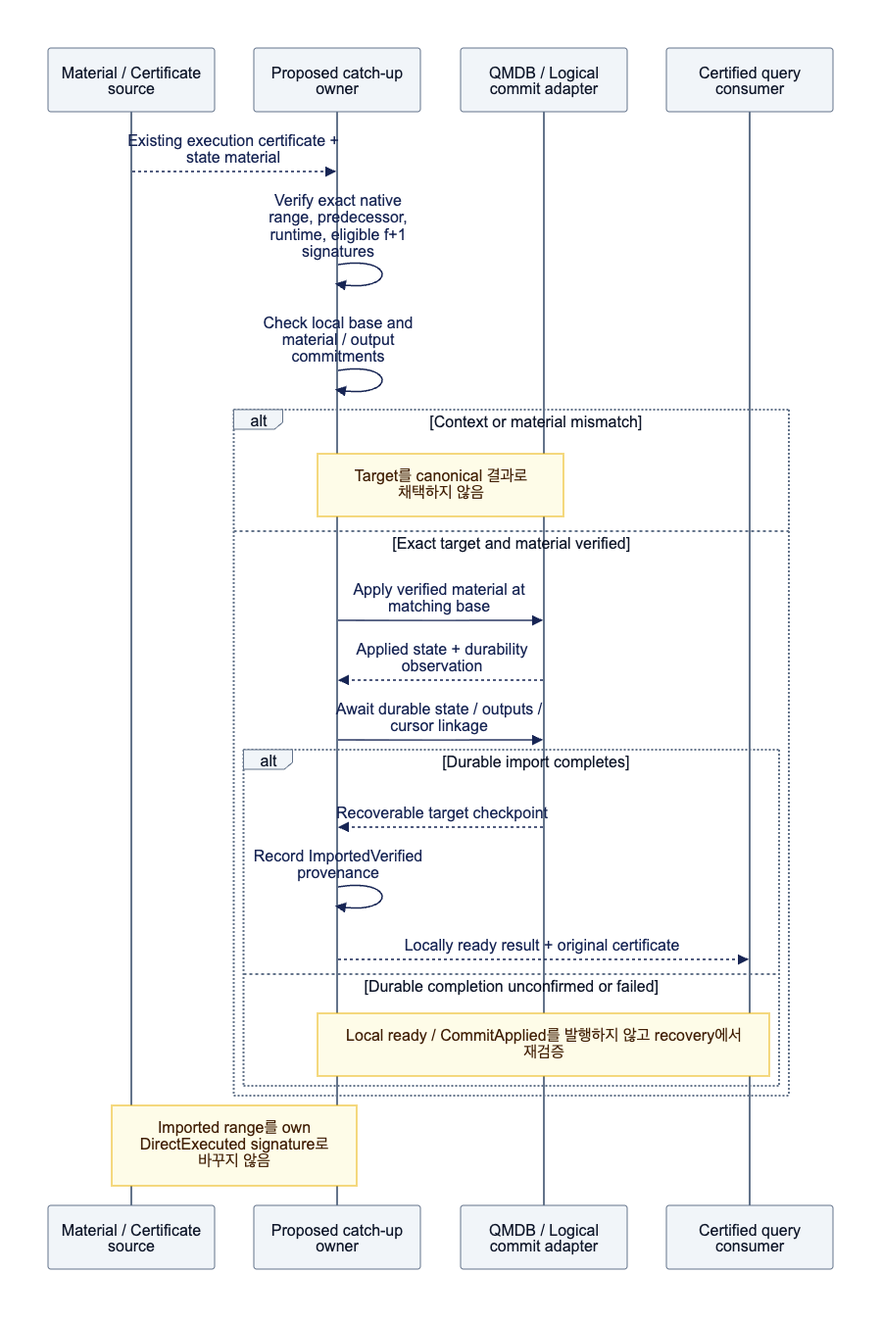
The Mermaid diagram assets/diagrams/diagram-14.png in djm07073/baton-research, before a commit. Its source is kept beside it as assets/diagrams/diagram-14.mmd.
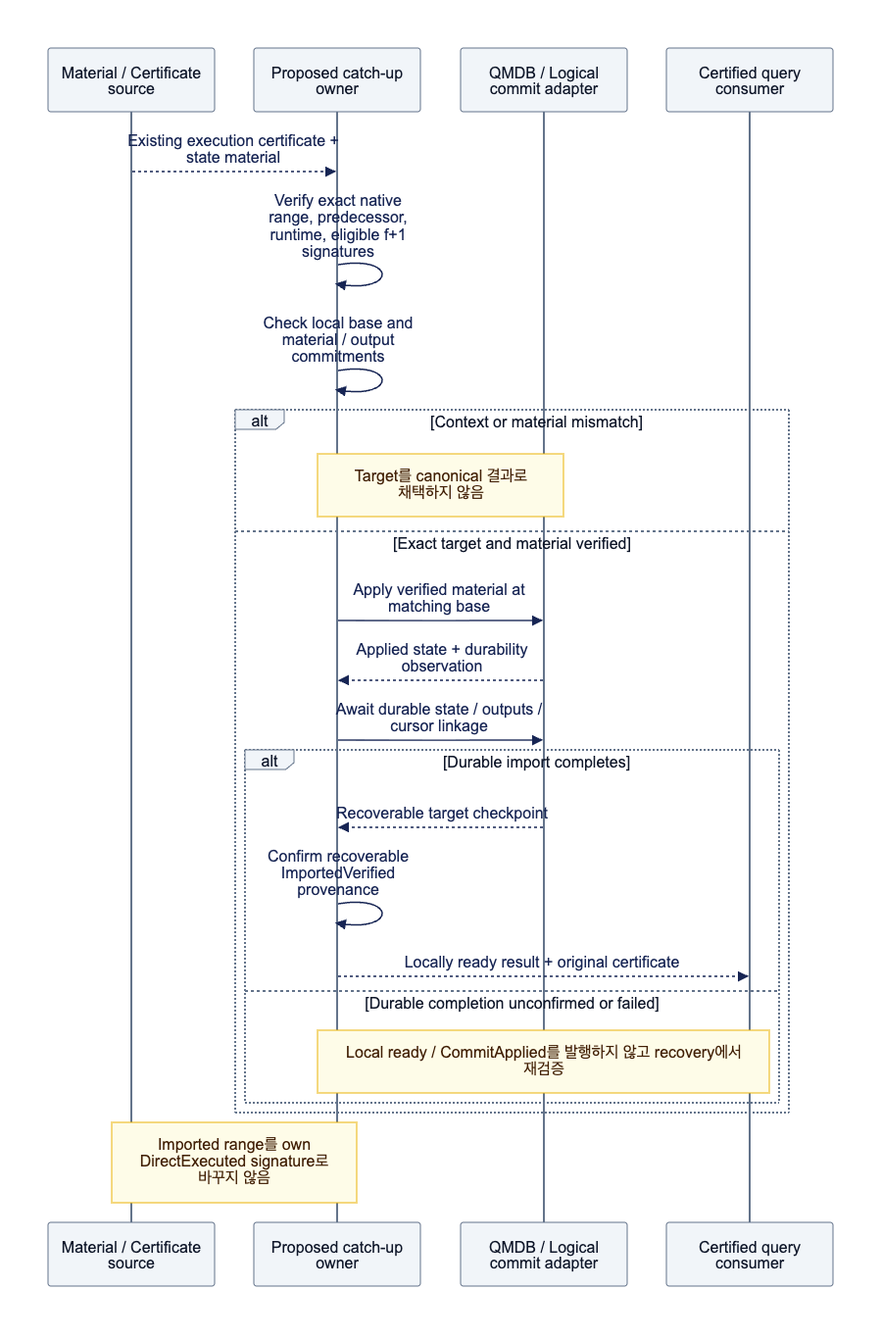
After the change.

What changed in the source:
```diff
@@ -14,7 +14,7 @@
         C->>Q: Await durable state / outputs / cursor linkage
         alt Durable import completes
             Q-->>C: Recoverable target checkpoint
-            C->>C: Record ImportedVerified provenance
+            C->>C: Confirm recoverable ImportedVerified provenance
             C-->>V: Locally ready result + original certificate
         else Durable completion unconfirmed or failed
             Note over C,V: Local ready / CommitApplied를 발행하지 않고 recovery에서 재검증
```
